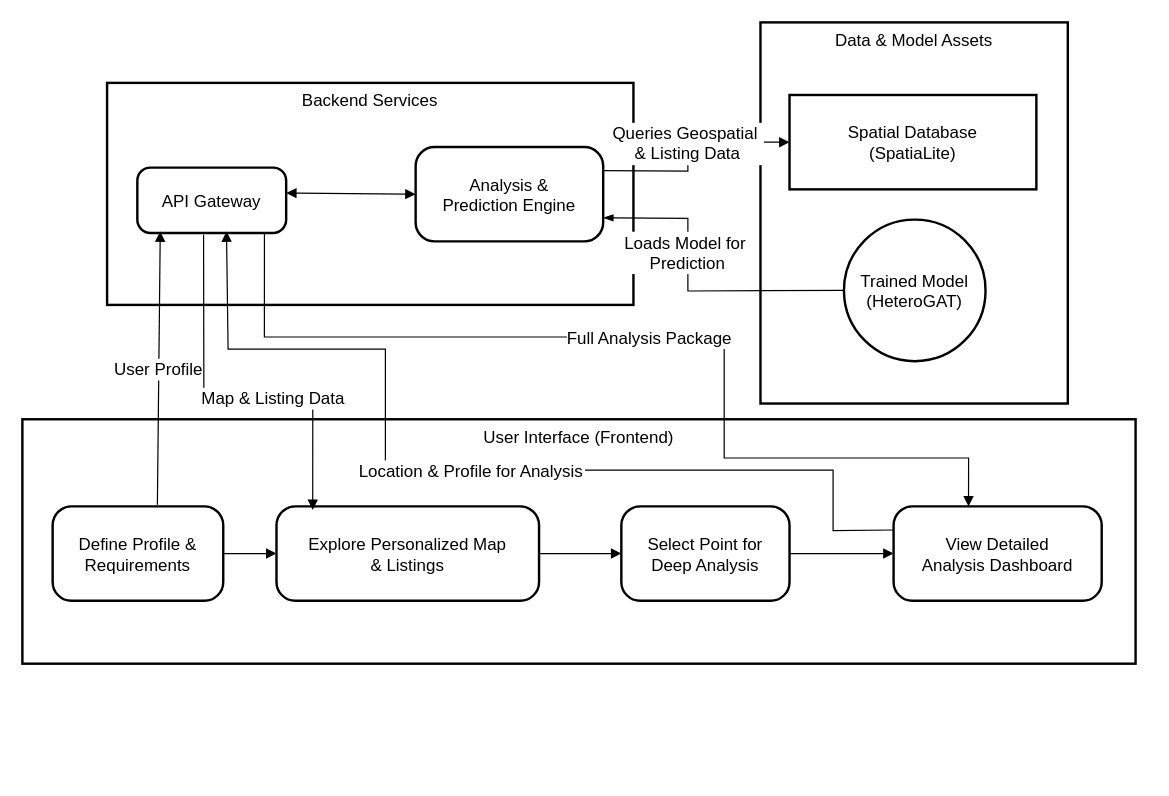
Before: drawiofiles/BlockDiagram2.drawio in Sujalcha7/SiteX_Doc, a draw.io diagram. Source tidied: cells renumbered, new cells numbered last; positions are measured from the earlier drawing's top-left corner, leaving out a move shared by most shapes. Both pictures are drawn from the tidied source at 121%, with x=0, y=0 at pixel (22, 22).
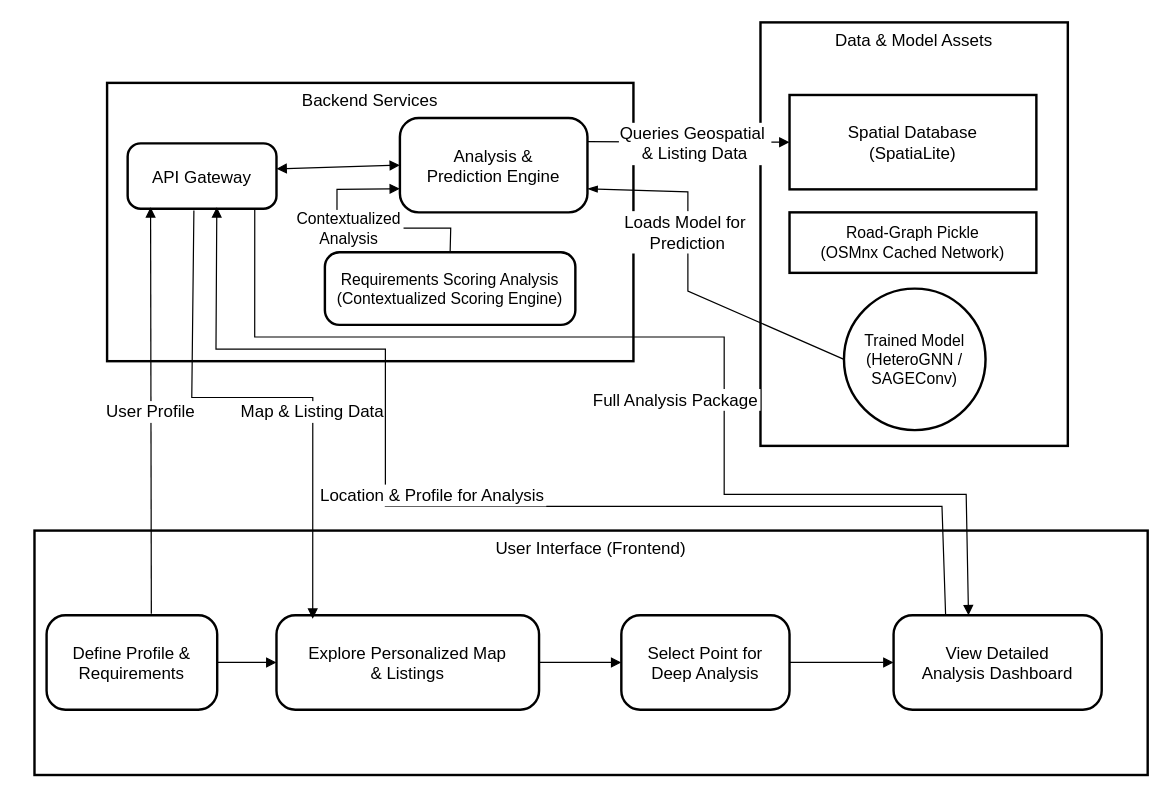
Above is the later version.

Unchanged cells that the change refers to:
```xml
<mxCell id="10" value="Spatial Database&#10;(SpatiaLite)" style="whiteSpace=wrap;strokeWidth=2;fontSize=14;" parent="1" vertex="1">
  <mxGeometry x="634" y="60" width="204" height="78" as="geometry" />
</mxCell>
```

Change to the diagram source:
```diff
@@
     <mxCell id="2" value="Data &amp; Model Assets" style="whiteSpace=wrap;strokeWidth=2;verticalAlign=top;fontSize=14;" parent="1" vertex="1">
-      <mxGeometry x="610" width="254" height="315" as="geometry" />
+      <mxGeometry x="610" width="254" height="350" as="geometry" />
     </mxCell>
     <mxCell id="3" value="Backend Services" style="whiteSpace=wrap;strokeWidth=2;verticalAlign=top;fontSize=14;" parent="1" vertex="1">
-      <mxGeometry x="70" y="50" width="435" height="183.5" as="geometry" />
+      <mxGeometry x="70" y="50" width="435" height="230" as="geometry" />
     </mxCell>
     <mxCell id="4" value="User Interface (Frontend)" style="whiteSpace=wrap;strokeWidth=2;verticalAlign=top;fontSize=14;" parent="1" vertex="1">
-      <mxGeometry y="328" width="920" height="202" as="geometry" />
+      <mxGeometry x="10" y="420" width="920" height="202" as="geometry" />
     </mxCell>
     <mxCell id="5" value="Explore Personalized Map&#10;&amp; Listings" style="rounded=1;arcSize=20;strokeWidth=2;fontSize=14;" parent="1" vertex="1">
-      <mxGeometry x="210" y="400" width="217" height="78" as="geometry" />
+      <mxGeometry x="210" y="490" width="217" height="78" as="geometry" />
     </mxCell>
     <mxCell id="6" value="Define Profile &amp;&#10;Requirements" style="rounded=1;arcSize=20;strokeWidth=2;fontSize=14;" parent="1" vertex="1">
-      <mxGeometry x="25" y="400" width="141" height="78" as="geometry" />
+      <mxGeometry x="20" y="490" width="141" height="78" as="geometry" />
     </mxCell>
     <mxCell id="7" value="Select Point for&#10;Deep Analysis" style="rounded=1;arcSize=20;strokeWidth=2;fontSize=14;" parent="1" vertex="1">
-      <mxGeometry x="495" y="400" width="139" height="78" as="geometry" />
+      <mxGeometry x="495" y="490" width="139" height="78" as="geometry" />
     </mxCell>
     <mxCell id="8" value="Analysis &amp;&#10;Prediction Engine" style="rounded=1;arcSize=20;strokeWidth=2;fontSize=14;" parent="1" vertex="1">
-      <mxGeometry x="325" y="103" width="155" height="78" as="geometry" />
+      <mxGeometry x="312" y="79" width="155" height="78" as="geometry" />
     </mxCell>
     <mxCell id="9" value="API Gateway" style="rounded=1;arcSize=20;strokeWidth=2;fontSize=14;" parent="1" vertex="1">
-      <mxGeometry x="95" y="120" width="123" height="54" as="geometry" />
+      <mxGeometry x="87" y="100" width="123" height="54" as="geometry" />
     </mxCell>
@@
+    <mxCell id="23" value="Road-Graph Pickle&#10;(OSMnx Cached Network)" style="whiteSpace=wrap;strokeWidth=2;fontSize=13;" parent="1" vertex="1">
+      <mxGeometry x="634" y="157" width="204" height="50" as="geometry" />
+    </mxCell>
-    <mxCell id="11" value="Trained Model&#10;(HeteroGAT)" style="ellipse;strokeWidth=2;whiteSpace=wrap;fontSize=14;" parent="1" vertex="1">
-      <mxGeometry x="679" y="163" width="117" height="117" as="geometry" />
+    <mxCell id="11" value="Trained Model&#10;(HeteroGNN / SAGEConv)" style="ellipse;strokeWidth=2;whiteSpace=wrap;fontSize=13;" parent="1" vertex="1">
+      <mxGeometry x="679" y="220" width="117" height="117" as="geometry" />
     </mxCell>
+    <mxCell id="24" value="Requirements Scoring Analysis&#10;(Contextualized Scoring Engine)" style="rounded=1;arcSize=20;strokeWidth=2;fontSize=13;" parent="1" vertex="1">
+      <mxGeometry x="250" y="190" width="207" height="60" as="geometry" />
+    </mxCell>
@@
     <mxCell id="16" value="Map &amp; Listing Data" style="curved=0;startArrow=none;endArrow=block;entryX=0.138;entryY=0.037;rounded=0;entryDx=0;entryDy=0;entryPerimeter=0;exitX=0.445;exitY=1.028;exitDx=0;exitDy=0;exitPerimeter=0;fontSize=14;" parent="1" edge="1" source="9" target="5">
       <mxGeometry x="0.21" relative="1" as="geometry">
         <Array as="points">
-          <mxPoint x="150" y="310" />
+          <mxPoint x="140" y="310" />
           <mxPoint x="240" y="310" />
         </Array>
       </mxGeometry>
     </mxCell>
-    <mxCell id="17" value="Location &amp; Profile for Analysis" style="curved=0;startArrow=none;endArrow=block;exitX=0;exitY=0.25;entryX=0.599;entryY=0.977;rounded=0;exitDx=0;exitDy=0;entryDx=0;entryDy=0;entryPerimeter=0;fontSize=14;" parent="1" edge="1" source="22" target="9">
-      <mxGeometry relative="1" as="geometry">
-        <Array as="points">
-          <mxPoint x="670" y="420" />
-          <mxPoint x="670" y="370" />
-          <mxPoint x="300" y="370" />
-          <mxPoint x="300" y="270" />
-          <mxPoint x="170" y="270" />
-        </Array>
-      </mxGeometry>
-    </mxCell>
     <mxCell id="18" value="Full Analysis Package" style="curved=0;startArrow=none;endArrow=block;exitX=0.854;exitY=1.009;entryX=0.36;entryY=0;rounded=0;exitDx=0;exitDy=0;exitPerimeter=0;fontSize=14;" parent="1" edge="1" source="9" target="22">
-      <mxGeometry relative="1" as="geometry">
+      <mxGeometry x="0.18" y="-40" relative="1" as="geometry">
         <Array as="points">
-          <mxPoint x="200" y="260" />
+          <mxPoint x="192" y="260" />
           <mxPoint x="580" y="260" />
-          <mxPoint x="580" y="360" />
-          <mxPoint x="782" y="360" />
+          <mxPoint x="580" y="390" />
+          <mxPoint x="780" y="390" />
         </Array>
       </mxGeometry>
     </mxCell>
     <mxCell id="19" value="Queries Geospatial &#10;&amp; Listing Data" style="curved=0;startArrow=none;endArrow=block;exitX=1;exitY=0.25;entryX=0;entryY=0.5;rounded=0;exitDx=0;exitDy=0;fontSize=14;" parent="1" edge="1" source="8" target="10">
       <mxGeometry x="0.06" relative="1" as="geometry">
         <Array as="points">
-          <mxPoint x="550" y="123" />
           <mxPoint x="550" y="99" />
         </Array>
       </mxGeometry>
     </mxCell>
     <mxCell id="20" value="Loads Model for &#10;Prediction" style="curved=0;startArrow=blockThin;endArrow=none;exitX=1;exitY=0.75;entryX=0;entryY=0.5;rounded=0;exitDx=0;exitDy=0;fontSize=14;startFill=1;endFill=0;" parent="1" edge="1" source="8" target="11">
       <mxGeometry x="-0.24" relative="1" as="geometry">
         <Array as="points">
-          <mxPoint x="550" y="162" />
+          <mxPoint x="550" y="140" />
           <mxPoint x="550" y="222" />
         </Array>
       </mxGeometry>
     </mxCell>
@@
     <mxCell id="22" value="View Detailed&#10;Analysis Dashboard" style="rounded=1;arcSize=20;strokeWidth=2;fontSize=14;" parent="1" vertex="1">
-      <mxGeometry x="720" y="400" width="172" height="78" as="geometry" />
+      <mxGeometry x="720" y="490" width="172" height="78" as="geometry" />
     </mxCell>
+    <mxCell id="25" value="Contextualized&#10;Analysis" style="curved=0;startArrow=none;endArrow=block;exitX=0.5;exitY=0;entryX=0;entryY=0.75;rounded=0;exitDx=0;exitDy=0;fontSize=13;" parent="1" edge="1" source="24" target="8">
+      <mxGeometry x="0.05" relative="1" as="geometry">
+        <Array as="points">
+          <mxPoint x="354" y="170" />
+          <mxPoint x="260" y="170" />
+          <mxPoint x="260" y="138" />
+        </Array>
+      </mxGeometry>
+    </mxCell>
+    <mxCell id="17" value="Location &amp; Profile for Analysis" style="curved=0;startArrow=none;endArrow=block;exitX=0.25;exitY=0;entryX=0.599;entryY=0.977;rounded=0;exitDx=0;exitDy=0;entryDx=0;entryDy=0;entryPerimeter=0;fontSize=14;" parent="1" edge="1" source="22" target="9">
+      <mxGeometry x="0.09" y="-10" relative="1" as="geometry">
+        <Array as="points">
+          <mxPoint x="760" y="400" />
+          <mxPoint x="300" y="400" />
+          <mxPoint x="300" y="270" />
+          <mxPoint x="160" y="270" />
+        </Array>
+      </mxGeometry>
+    </mxCell>
```
